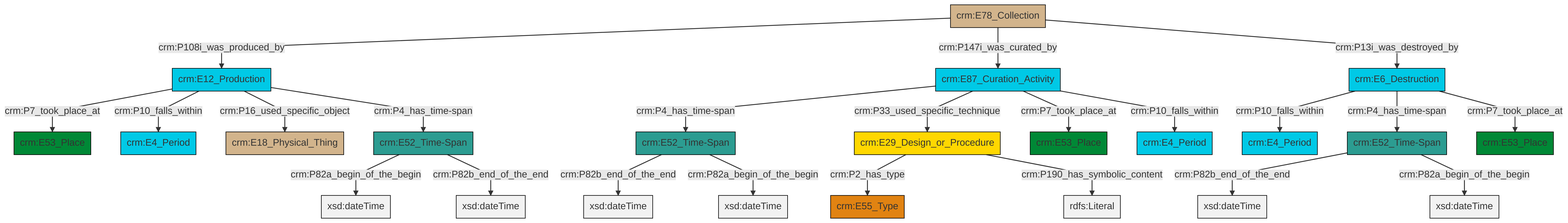
The Mermaid diagram et/archivalCSV/ttl/mmd/png/archival_existence.png in swiss-art-research-net/docs.swissartresearch, before a commit. Its source is kept beside it as et/archivalCSV/ttl/mmd/archival_existence.ttl.mmd.
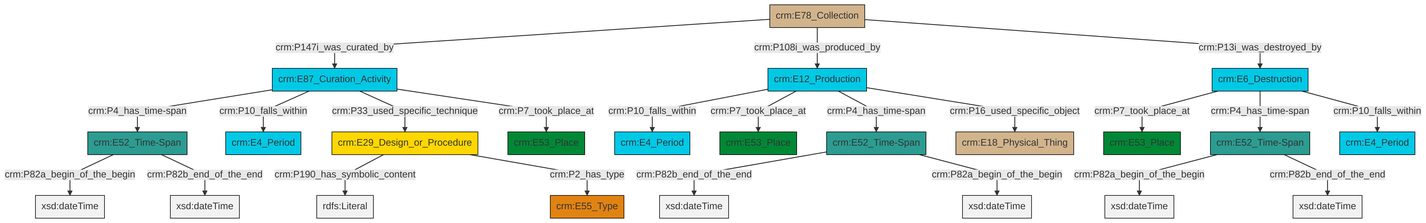
After the commit.

Diff of the diagram source:
```diff
@@ -13,25 +13,25 @@
 classDef PC_Classes fill:#4ce600, stroke:#000000;
 classDef Multi fill:#cccccc,stroke:#000000;
 
-2["crm:E12_Production"]:::Temporal_Entity -->|crm:P7_took_place_at| 3["crm:E53_Place"]:::Place
-4["crm:E6_Destruction"]:::Temporal_Entity -->|crm:P10_falls_within| 5["crm:E4_Period"]:::Temporal_Entity
-12["crm:E52_Time-Span"]:::Time-Span -->|crm:P82a_begin_of_the_begin| 13[xsd:dateTime]:::Literal
-4["crm:E6_Destruction"]:::Temporal_Entity -->|crm:P4_has_time-span| 8["crm:E52_Time-Span"]:::Time-Span
-16["crm:E87_Curation_Activity"]:::Temporal_Entity -->|crm:P4_has_time-span| 17["crm:E52_Time-Span"]:::Time-Span
-0["crm:E29_Design_or_Procedure"]:::Conceptual_Object -->|crm:P2_has_type| 19["crm:E55_Type"]:::Type
-17["crm:E52_Time-Span"]:::Time-Span -->|crm:P82b_end_of_the_end| 21[xsd:dateTime]:::Literal
-12["crm:E52_Time-Span"]:::Time-Span -->|crm:P82b_end_of_the_end| 27[xsd:dateTime]:::Literal
-4["crm:E6_Destruction"]:::Temporal_Entity -->|crm:P7_took_place_at| 6["crm:E53_Place"]:::Place
-0["crm:E29_Design_or_Procedure"]:::Conceptual_Object -->|crm:P190_has_symbolic_content| 28[rdfs:Literal]:::Literal
-2["crm:E12_Production"]:::Temporal_Entity -->|crm:P10_falls_within| 22["crm:E4_Period"]:::Temporal_Entity
-30["crm:E78_Collection"]:::Physical_Thing -->|crm:P108i_was_produced_by| 2["crm:E12_Production"]:::Temporal_Entity
-8["crm:E52_Time-Span"]:::Time-Span -->|crm:P82b_end_of_the_end| 31[xsd:dateTime]:::Literal
-30["crm:E78_Collection"]:::Physical_Thing -->|crm:P147i_was_curated_by| 16["crm:E87_Curation_Activity"]:::Temporal_Entity
-2["crm:E12_Production"]:::Temporal_Entity -->|crm:P16_used_specific_object| 10["crm:E18_Physical_Thing"]:::Physical_Thing
-16["crm:E87_Curation_Activity"]:::Temporal_Entity -->|crm:P33_used_specific_technique| 0["crm:E29_Design_or_Procedure"]:::Conceptual_Object
-17["crm:E52_Time-Span"]:::Time-Span -->|crm:P82a_begin_of_the_begin| 33[xsd:dateTime]:::Literal
-16["crm:E87_Curation_Activity"]:::Temporal_Entity -->|crm:P7_took_place_at| 25["crm:E53_Place"]:::Place
-30["crm:E78_Collection"]:::Physical_Thing -->|crm:P13i_was_destroyed_by| 4["crm:E6_Destruction"]:::Temporal_Entity
-16["crm:E87_Curation_Activity"]:::Temporal_Entity -->|crm:P10_falls_within| 14["crm:E4_Period"]:::Temporal_Entity
-2["crm:E12_Production"]:::Temporal_Entity -->|crm:P4_has_time-span| 12["crm:E52_Time-Span"]:::Time-Span
-8["crm:E52_Time-Span"]:::Time-Span -->|crm:P82a_begin_of_the_begin| 38[xsd:dateTime]:::Literal
+0["crm:E78_Collection"]:::Physical_Thing -->|crm:P147i_was_curated_by| 1["crm:E87_Curation_Activity"]:::Temporal_Entity
+0["crm:E78_Collection"]:::Physical_Thing -->|crm:P108i_was_produced_by| 2["crm:E12_Production"]:::Temporal_Entity
+3["crm:E6_Destruction"]:::Temporal_Entity -->|crm:P7_took_place_at| 4["crm:E53_Place"]:::Place
+5["crm:E52_Time-Span"]:::Time-Span -->|crm:P82b_end_of_the_end| 6[xsd:dateTime]:::Literal
+7["crm:E52_Time-Span"]:::Time-Span -->|crm:P82a_begin_of_the_begin| 8[xsd:dateTime]:::Literal
+2["crm:E12_Production"]:::Temporal_Entity -->|crm:P10_falls_within| 11["crm:E4_Period"]:::Temporal_Entity
+14["crm:E52_Time-Span"]:::Time-Span -->|crm:P82a_begin_of_the_begin| 15[xsd:dateTime]:::Literal
+5["crm:E52_Time-Span"]:::Time-Span -->|crm:P82a_begin_of_the_begin| 16[xsd:dateTime]:::Literal
+1["crm:E87_Curation_Activity"]:::Temporal_Entity -->|crm:P4_has_time-span| 14["crm:E52_Time-Span"]:::Time-Span
+3["crm:E6_Destruction"]:::Temporal_Entity -->|crm:P4_has_time-span| 7["crm:E52_Time-Span"]:::Time-Span
+1["crm:E87_Curation_Activity"]:::Temporal_Entity -->|crm:P10_falls_within| 26["crm:E4_Period"]:::Temporal_Entity
+7["crm:E52_Time-Span"]:::Time-Span -->|crm:P82b_end_of_the_end| 28[xsd:dateTime]:::Literal
+1["crm:E87_Curation_Activity"]:::Temporal_Entity -->|crm:P33_used_specific_technique| 20["crm:E29_Design_or_Procedure"]:::Conceptual_Object
+14["crm:E52_Time-Span"]:::Time-Span -->|crm:P82b_end_of_the_end| 30[xsd:dateTime]:::Literal
+2["crm:E12_Production"]:::Temporal_Entity -->|crm:P7_took_place_at| 9["crm:E53_Place"]:::Place
+0["crm:E78_Collection"]:::Physical_Thing -->|crm:P13i_was_destroyed_by| 3["crm:E6_Destruction"]:::Temporal_Entity
+2["crm:E12_Production"]:::Temporal_Entity -->|crm:P4_has_time-span| 5["crm:E52_Time-Span"]:::Time-Span
+1["crm:E87_Curation_Activity"]:::Temporal_Entity -->|crm:P7_took_place_at| 24["crm:E53_Place"]:::Place
+2["crm:E12_Production"]:::Temporal_Entity -->|crm:P16_used_specific_object| 34["crm:E18_Physical_Thing"]:::Physical_Thing
+20["crm:E29_Design_or_Procedure"]:::Conceptual_Object -->|crm:P190_has_symbolic_content| 35[rdfs:Literal]:::Literal
+20["crm:E29_Design_or_Procedure"]:::Conceptual_Object -->|crm:P2_has_type| 18["crm:E55_Type"]:::Type
+3["crm:E6_Destruction"]:::Temporal_Entity -->|crm:P10_falls_within| 22["crm:E4_Period"]:::Temporal_Entity
```
